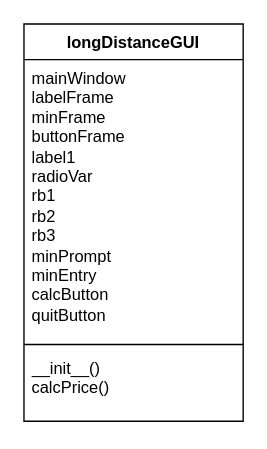
This is charts/ch13UML.drawio from quinn-endicott/pythonPractice, a draw.io file, before an edit. Source tidied: cells renumbered, new cells numbered last; positions are measured from the earlier drawing's top-left corner, leaving out a move shared by most shapes. Both pictures are drawn from the tidied source at 137%, with x=0, y=0 at pixel (23, 23).
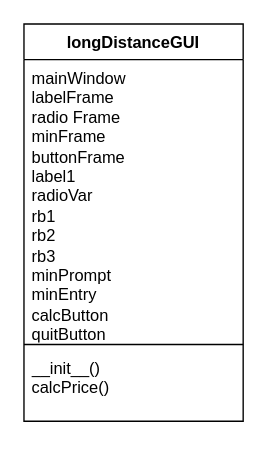
Above is the later version.

Commit message (it also covers changes not shown here):
add x padding to minute frame

What changed in the source:
```diff
@@
 <mxGraphModel>
   <root>
     <mxCell id="0" />
     <mxCell id="1" parent="0" />
     <mxCell id="2" value="longDistanceGUI" style="swimlane;fontStyle=1;align=center;verticalAlign=top;horizontal=1;startSize=26;whiteSpace=wrap;html=1;" parent="1" vertex="1">
       <mxGeometry width="160" height="290" as="geometry" />
     </mxCell>
-    <mxCell id="3" value="mainWindow&lt;br&gt;labelFrame&lt;br&gt;minFrame&lt;br&gt;buttonFrame&lt;br&gt;label1&lt;br&gt;radioVar&lt;br&gt;rb1&lt;br&gt;rb2&lt;br&gt;rb3&lt;br&gt;minPrompt&lt;br&gt;minEntry&lt;br&gt;calcButton&lt;br&gt;quitButton" style="text;strokeColor=none;fillColor=none;align=left;verticalAlign=top;spacingLeft=4;spacingRight=4;overflow=hidden;whiteSpace=wrap;html=1;" parent="2" vertex="1">
+    <mxCell id="3" value="mainWindow&lt;br&gt;labelFrame&lt;br&gt;radio Frame&lt;br&gt;minFrame&lt;br&gt;buttonFrame&lt;br&gt;label1&lt;br&gt;radioVar&lt;br&gt;rb1&lt;br&gt;rb2&lt;br&gt;rb3&lt;br&gt;minPrompt&lt;br&gt;minEntry&lt;br&gt;calcButton&lt;br&gt;quitButton" style="text;strokeColor=none;fillColor=none;align=left;verticalAlign=top;spacingLeft=4;spacingRight=4;overflow=hidden;whiteSpace=wrap;html=1;" parent="2" vertex="1">
       <mxGeometry y="26" width="160" height="204" as="geometry" />
     </mxCell>
     <mxCell id="4" style="line;strokeWidth=1;fillColor=none;align=left;verticalAlign=middle;spacingTop=-1;spacingLeft=3;spacingRight=3;labelPosition=right;strokeColor=inherit;" parent="2" vertex="1">
       <mxGeometry y="230" width="160" height="8" as="geometry" />
     </mxCell>
     <mxCell id="5" value="__init__()&lt;br&gt;calcPrice()" style="text;strokeColor=none;fillColor=none;align=left;verticalAlign=top;spacingLeft=4;spacingRight=4;overflow=hidden;whiteSpace=wrap;html=1;" parent="2" vertex="1">
       <mxGeometry y="238" width="160" height="52" as="geometry" />
     </mxCell>
   </root>
 </mxGraphModel>
```
